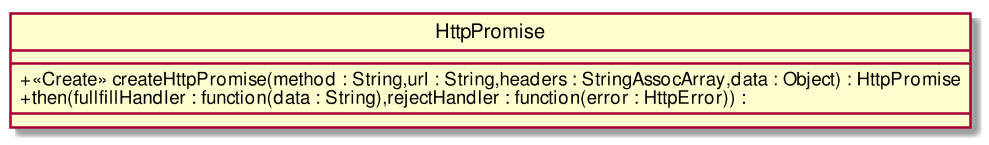
The PlantUML diagram RP/Esterni/DefinizioneDiProdotto/images/ClassHttpPromise.png in CoCodeSWE/Docs, before a commit. The source it was exported from:
```plantuml
@startuml
scale 1000*1000
skinparam classAttributeIconSize 0
class HttpPromise{
__
+ <<Create>> createHttpPromise(method : String,url : String,headers : StringAssocArray,data : Object) : HttpPromise
+ then(fullfillHandler : function(data : String),rejectHandler : function(error : HttpError)) :
__

}
hide circle
@enduml
```
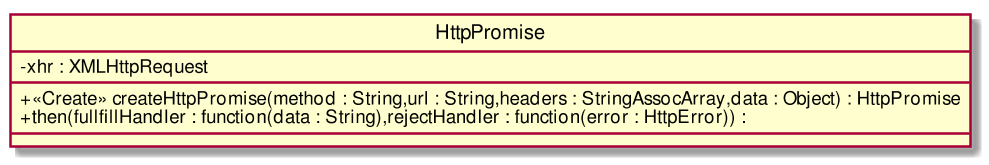
The same file after the commit.

The edit, as a diff of the source:
```diff
@@ -2,6 +2,7 @@
 scale 1000*1000
 skinparam classAttributeIconSize 0
 class HttpPromise{
+- xhr : XMLHttpRequest
 __
 + <<Create>> createHttpPromise(method : String,url : String,headers : StringAssocArray,data : Object) : HttpPromise
 + then(fullfillHandler : function(data : String),rejectHandler : function(error : HttpError)) :
```
